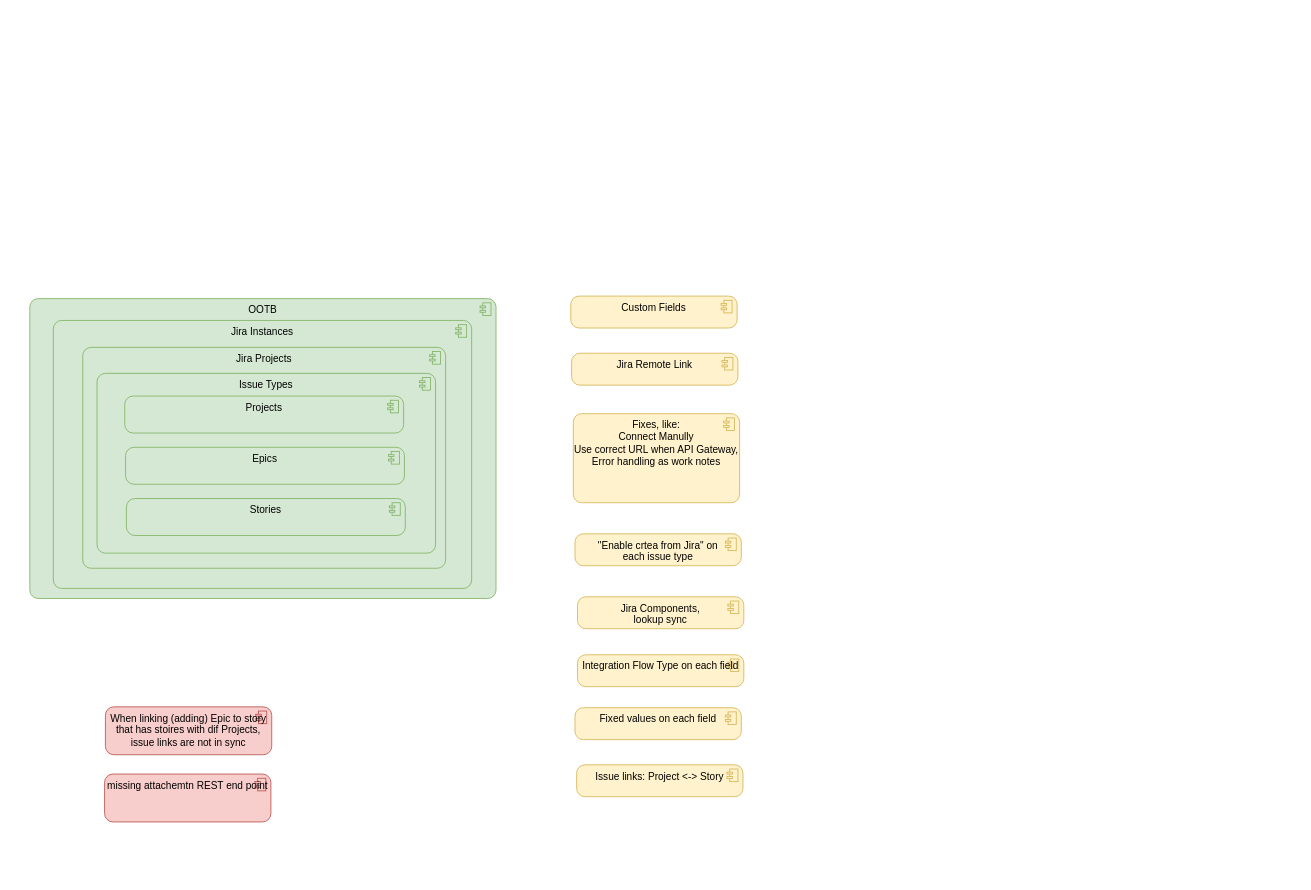
Above: page "ootb" (3 of 8) of Rossmann.drawio in algimas/tmp (draw.io), before the change. Source tidied: cells renumbered, new cells numbered last; positions are measured from the earlier drawing's top-left corner, leaving out a move shared by most shapes. Both pictures are drawn from the tidied source at 84%, with x=0, y=0 at pixel (29, 296).
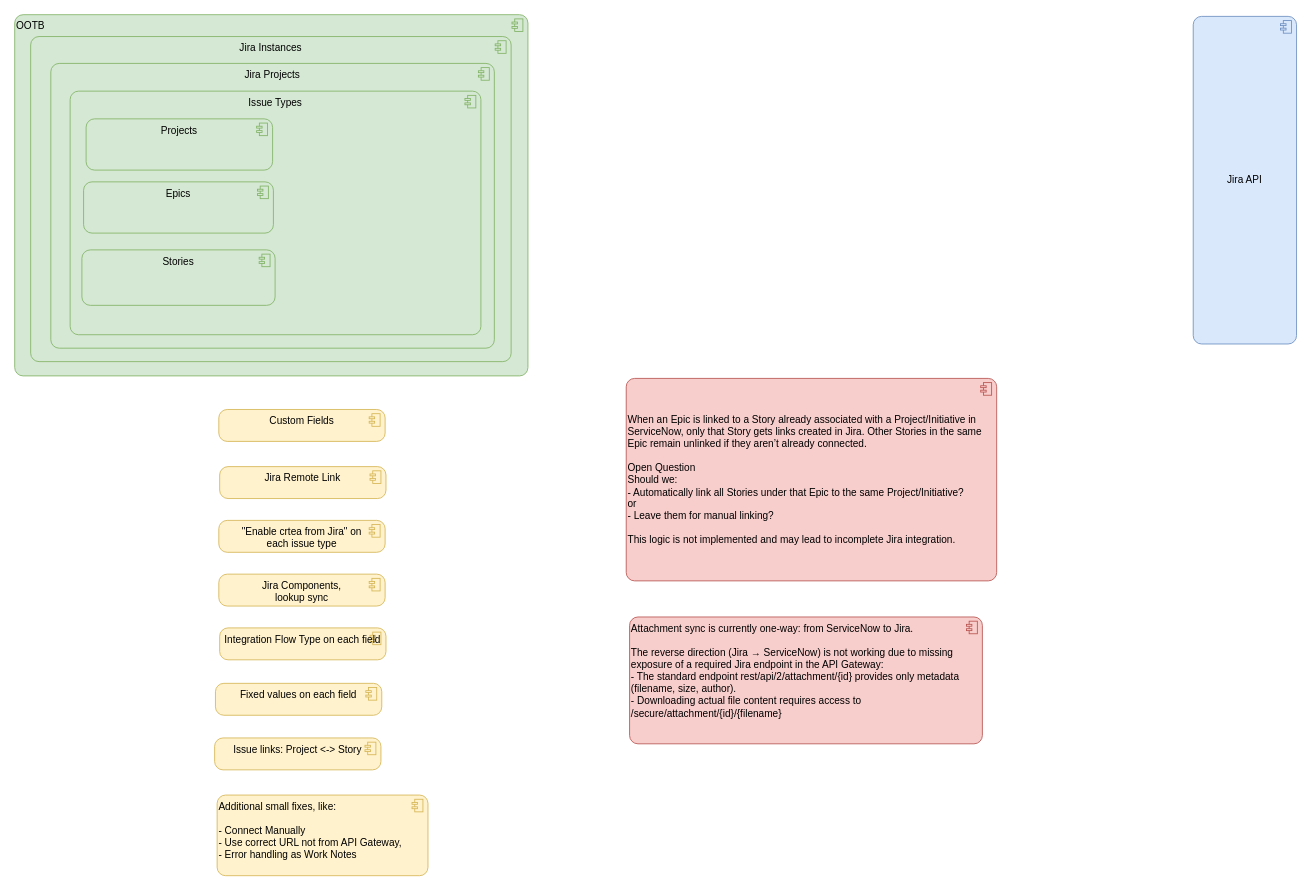
The same diagram, later.

Diff of the diagram source:
```diff
@@
 <mxGraphModel>
   <root>
     <mxCell id="0" />
     <mxCell id="1" parent="0" />
-    <mxCell id="2" value="OOTB" style="html=1;whiteSpace=wrap;fillColor=#d5e8d4;shape=mxgraph.archimate3.application;appType=comp;archiType=rounded;strokeColor=#82b366;verticalAlign=top;fontStyle=0;" parent="1" vertex="1">
-      <mxGeometry y="3" width="555" height="357" as="geometry" />
+    <mxCell id="2" value="OOTB" style="html=1;whiteSpace=wrap;fillColor=#d5e8d4;shape=mxgraph.archimate3.application;appType=comp;archiType=rounded;strokeColor=#82b366;verticalAlign=top;fontStyle=0;align=left;" parent="1" vertex="1">
+      <mxGeometry x="-18" y="-335" width="611" height="430" as="geometry" />
     </mxCell>
     <mxCell id="3" value="Jira Instances" style="html=1;whiteSpace=wrap;fillColor=#d5e8d4;shape=mxgraph.archimate3.application;appType=comp;archiType=rounded;strokeColor=#82b366;verticalAlign=top;fontStyle=0;" parent="1" vertex="1">
-      <mxGeometry x="28" y="29" width="498" height="319" as="geometry" />
+      <mxGeometry x="1" y="-309" width="572" height="387" as="geometry" />
     </mxCell>
     <mxCell id="4" value="Jira Projects" style="html=1;whiteSpace=wrap;fillColor=#d5e8d4;shape=mxgraph.archimate3.application;appType=comp;archiType=rounded;strokeColor=#82b366;verticalAlign=top;fontStyle=0;" parent="1" vertex="1">
-      <mxGeometry x="63" y="61" width="432" height="263" as="geometry" />
+      <mxGeometry x="25" y="-277" width="528" height="339" as="geometry" />
     </mxCell>
     <mxCell id="5" value="Issue Types" style="html=1;whiteSpace=wrap;fillColor=#d5e8d4;shape=mxgraph.archimate3.application;appType=comp;archiType=rounded;strokeColor=#82b366;verticalAlign=top;fontStyle=0;" parent="1" vertex="1">
-      <mxGeometry x="80" y="92" width="403" height="214" as="geometry" />
+      <mxGeometry x="48" y="-244" width="489" height="290" as="geometry" />
     </mxCell>
     <mxCell id="6" value="Projects" style="html=1;whiteSpace=wrap;fillColor=#d5e8d4;shape=mxgraph.archimate3.application;appType=comp;archiType=rounded;strokeColor=#82b366;verticalAlign=top;fontStyle=0;" parent="1" vertex="1">
-      <mxGeometry x="113" y="119" width="332" height="44" as="geometry" />
+      <mxGeometry x="67" y="-211" width="222" height="61" as="geometry" />
     </mxCell>
     <mxCell id="7" value="Epics" style="html=1;whiteSpace=wrap;fillColor=#d5e8d4;shape=mxgraph.archimate3.application;appType=comp;archiType=rounded;strokeColor=#82b366;verticalAlign=top;fontStyle=0;" parent="1" vertex="1">
-      <mxGeometry x="114" y="180" width="332" height="44" as="geometry" />
+      <mxGeometry x="64" y="-136" width="226" height="61" as="geometry" />
     </mxCell>
     <mxCell id="8" value="Stories" style="html=1;whiteSpace=wrap;fillColor=#d5e8d4;shape=mxgraph.archimate3.application;appType=comp;archiType=rounded;strokeColor=#82b366;verticalAlign=top;fontStyle=0;" parent="1" vertex="1">
-      <mxGeometry x="115" y="241" width="332" height="44" as="geometry" />
+      <mxGeometry x="62" y="-55" width="230" height="66" as="geometry" />
     </mxCell>
     <mxCell id="9" value="Custom Fields" style="html=1;whiteSpace=wrap;fillColor=#fff2cc;shape=mxgraph.archimate3.application;appType=comp;archiType=rounded;strokeColor=#d6b656;verticalAlign=top;fontStyle=0;" parent="1" vertex="1">
-      <mxGeometry x="644" width="198" height="38" as="geometry" />
+      <mxGeometry x="225" y="135" width="198" height="38" as="geometry" />
     </mxCell>
     <mxCell id="10" value="Jira Remote Link" style="html=1;whiteSpace=wrap;fillColor=#fff2cc;shape=mxgraph.archimate3.application;appType=comp;archiType=rounded;strokeColor=#d6b656;verticalAlign=top;fontStyle=0;" parent="1" vertex="1">
-      <mxGeometry x="645" y="68" width="198" height="38" as="geometry" />
+      <mxGeometry x="226" y="203" width="198" height="38" as="geometry" />
     </mxCell>
-    <mxCell id="11" value="Fixes, like:&lt;div&gt;Connect Manully&lt;/div&gt;&lt;div&gt;Use correct URL when API Gateway,&lt;/div&gt;&lt;div&gt;Error handling as work notes&lt;/div&gt;" style="html=1;whiteSpace=wrap;fillColor=#fff2cc;shape=mxgraph.archimate3.application;appType=comp;archiType=rounded;strokeColor=#d6b656;verticalAlign=top;fontStyle=0;" parent="1" vertex="1">
-      <mxGeometry x="647" y="140" width="198" height="106" as="geometry" />
+    <mxCell id="11" value="Additional small fixes, like:&lt;div&gt;&lt;br&gt;&lt;div&gt;- Connect Manually&lt;/div&gt;&lt;div&gt;- Use correct URL not from API Gateway,&lt;/div&gt;&lt;div&gt;- Error handling as Work Notes&lt;/div&gt;&lt;/div&gt;" style="html=1;whiteSpace=wrap;fillColor=#fff2cc;shape=mxgraph.archimate3.application;appType=comp;archiType=rounded;strokeColor=#d6b656;verticalAlign=top;fontStyle=0;align=left;" parent="1" vertex="1">
+      <mxGeometry x="223" y="594" width="251" height="96" as="geometry" />
     </mxCell>
     <mxCell id="12" value="&quot;Enable crtea from Jira&quot; on&lt;div&gt;each issue type&lt;/div&gt;" style="html=1;whiteSpace=wrap;fillColor=#fff2cc;shape=mxgraph.archimate3.application;appType=comp;archiType=rounded;strokeColor=#d6b656;verticalAlign=top;fontStyle=0;" parent="1" vertex="1">
-      <mxGeometry x="649" y="283" width="198" height="38" as="geometry" />
+      <mxGeometry x="225" y="267" width="198" height="38" as="geometry" />
     </mxCell>
     <mxCell id="13" value="Jira Components,&lt;div&gt;lookup sync&lt;/div&gt;" style="html=1;whiteSpace=wrap;fillColor=#fff2cc;shape=mxgraph.archimate3.application;appType=comp;archiType=rounded;strokeColor=#d6b656;verticalAlign=top;fontStyle=0;" parent="1" vertex="1">
-      <mxGeometry x="652" y="358" width="198" height="38" as="geometry" />
+      <mxGeometry x="225" y="331" width="198" height="38" as="geometry" />
     </mxCell>
     <mxCell id="14" value="Integration Flow Type on each field" style="html=1;whiteSpace=wrap;fillColor=#fff2cc;shape=mxgraph.archimate3.application;appType=comp;archiType=rounded;strokeColor=#d6b656;verticalAlign=top;fontStyle=0;" parent="1" vertex="1">
-      <mxGeometry x="652" y="427" width="198" height="38" as="geometry" />
+      <mxGeometry x="226" y="395" width="198" height="38" as="geometry" />
     </mxCell>
     <mxCell id="15" value="Fixed values on each field" style="html=1;whiteSpace=wrap;fillColor=#fff2cc;shape=mxgraph.archimate3.application;appType=comp;archiType=rounded;strokeColor=#d6b656;verticalAlign=top;fontStyle=0;" parent="1" vertex="1">
-      <mxGeometry x="649" y="490" width="198" height="38" as="geometry" />
+      <mxGeometry x="221" y="461" width="198" height="38" as="geometry" />
     </mxCell>
     <mxCell id="16" value="Issue links: Project &amp;lt;-&amp;gt; Story" style="html=1;whiteSpace=wrap;fillColor=#fff2cc;shape=mxgraph.archimate3.application;appType=comp;archiType=rounded;strokeColor=#d6b656;verticalAlign=top;fontStyle=0;" parent="1" vertex="1">
-      <mxGeometry x="651" y="558" width="198" height="38" as="geometry" />
+      <mxGeometry x="220" y="526" width="198" height="38" as="geometry" />
     </mxCell>
-    <mxCell id="17" value="When linking (adding) Epic to story that has stoires with dif Projects, issue links are not in sync" style="html=1;whiteSpace=wrap;fillColor=#f8cecc;shape=mxgraph.archimate3.application;appType=comp;archiType=rounded;strokeColor=#b85450;verticalAlign=top;fontStyle=0;" parent="1" vertex="1">
-      <mxGeometry x="90" y="489" width="198" height="57" as="geometry" />
+    <mxCell id="17" value="&lt;div&gt;When an Epic is linked to a Story already associated with a Project/Initiative in ServiceNow, only that Story gets links created in Jira. Other Stories in the same Epic remain unlinked if they aren’t already connected.&lt;/div&gt;&lt;div&gt;&lt;br&gt;&lt;/div&gt;&lt;div&gt;Open Question&lt;/div&gt;&lt;div&gt;Should we:&lt;/div&gt;&lt;div&gt;- Automatically link all Stories under that Epic to the same Project/Initiative?&lt;/div&gt;&lt;div&gt;or&lt;/div&gt;&lt;div&gt;- Leave them for manual linking?&lt;/div&gt;&lt;div&gt;&lt;br&gt;&lt;/div&gt;&lt;div&gt;This logic is not implemented and may lead to incomplete Jira integration.&lt;/div&gt;" style="html=1;whiteSpace=wrap;fillColor=#f8cecc;shape=mxgraph.archimate3.application;appType=comp;archiType=rounded;strokeColor=#b85450;verticalAlign=middle;fontStyle=0;align=left;" parent="1" vertex="1">
+      <mxGeometry x="710" y="98" width="441" height="241" as="geometry" />
     </mxCell>
-    <mxCell id="18" value="missing attachemtn REST end point" style="html=1;whiteSpace=wrap;fillColor=#f8cecc;shape=mxgraph.archimate3.application;appType=comp;archiType=rounded;strokeColor=#b85450;verticalAlign=top;fontStyle=0;" parent="1" vertex="1">
-      <mxGeometry x="89" y="569" width="198" height="57" as="geometry" />
+    <mxCell id="18" value="&lt;div&gt;Attachment sync is currently one-way: from ServiceNow to Jira.&lt;/div&gt;&lt;div&gt;&lt;br&gt;&lt;/div&gt;&lt;div&gt;The reverse direction (Jira → ServiceNow) is not working due to missing exposure of a required Jira endpoint in the API Gateway:&lt;/div&gt;&lt;div&gt;- The standard endpoint rest/api/2/attachment/{id} provides only metadata (filename, size, author).&lt;/div&gt;&lt;div&gt;- Downloading actual file content requires access to /secure/attachment/{id}/{filename}&lt;/div&gt;" style="html=1;whiteSpace=wrap;fillColor=#f8cecc;shape=mxgraph.archimate3.application;appType=comp;archiType=rounded;strokeColor=#b85450;verticalAlign=top;fontStyle=0;align=left;" parent="1" vertex="1">
+      <mxGeometry x="714" y="382" width="420" height="151" as="geometry" />
     </mxCell>
+    <mxCell id="19" value="Jira API" style="html=1;whiteSpace=wrap;fillColor=#dae8fc;shape=mxgraph.archimate3.application;appType=comp;archiType=rounded;strokeColor=#6c8ebf;verticalAlign=middle;fontStyle=0;" parent="1" vertex="1">
+      <mxGeometry x="1385" y="-333" width="123" height="390" as="geometry" />
+    </mxCell>
   </root>
 </mxGraphModel>
```
